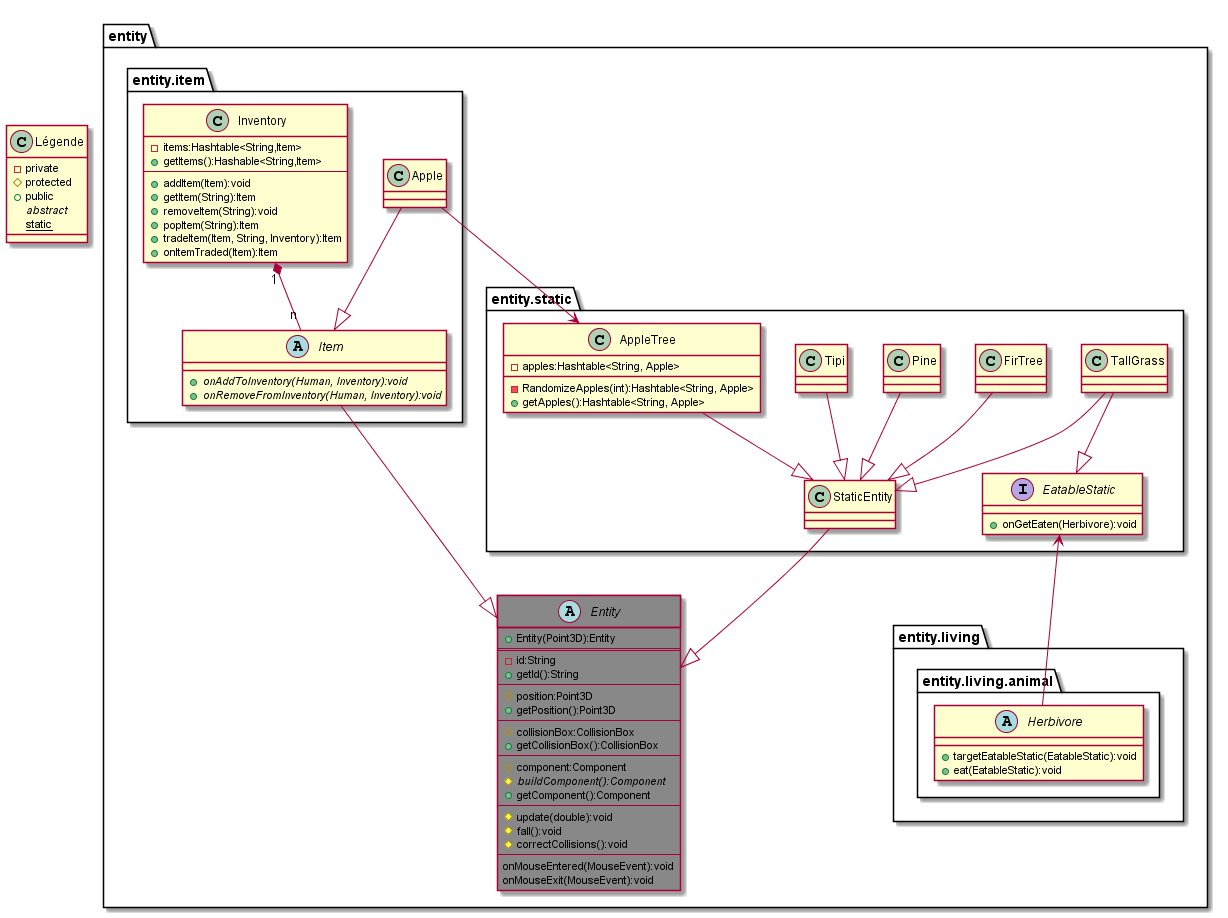
Above: uml/final/entity/Statics.png in the-zucc/coureur-de-bois (PlantUML), before the change.
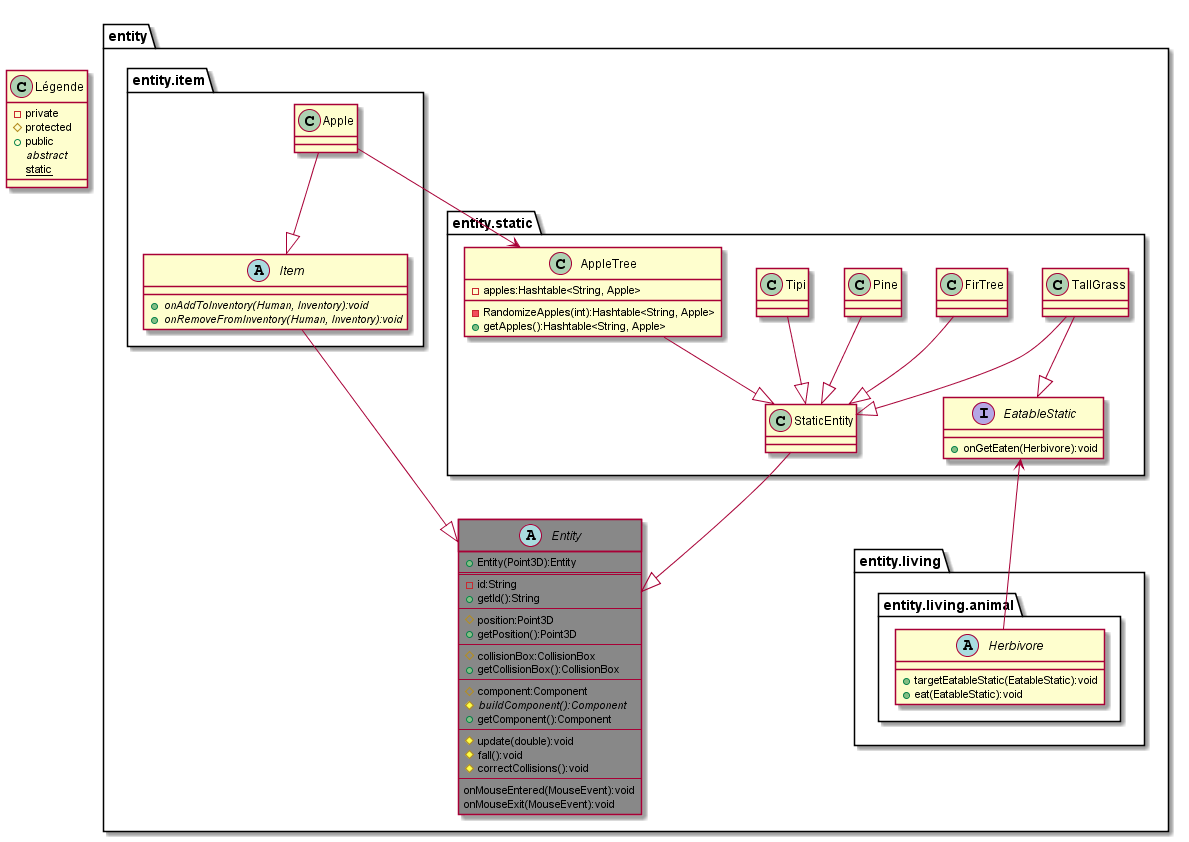
After the commit.

What changed in the source:
```diff
@@ -62,23 +62,12 @@
         AppleTree --|> StaticEntity
     }
     package entity.item{
-        class Inventory{
-            - items:Hashtable<String,Item>
-            + getItems():Hashable<String,Item>
-            --
-            + addItem(Item):void
-            + getItem(String):Item
-            + removeItem(String):void
-            + popItem(String):Item
-            + tradeItem(Item, String, Inventory):Item
-            + onItemTraded(Item):Item
-        }
+
         abstract class Item{
             + {abstract}onAddToInventory(Human, Inventory):void
             + {abstract}onRemoveFromInventory(Human, Inventory):void
         }
         Item --|> Entity
-        Inventory "1" *-- "n" Item
         class Apple
         Apple --|> Item
         Apple --> AppleTree
```
